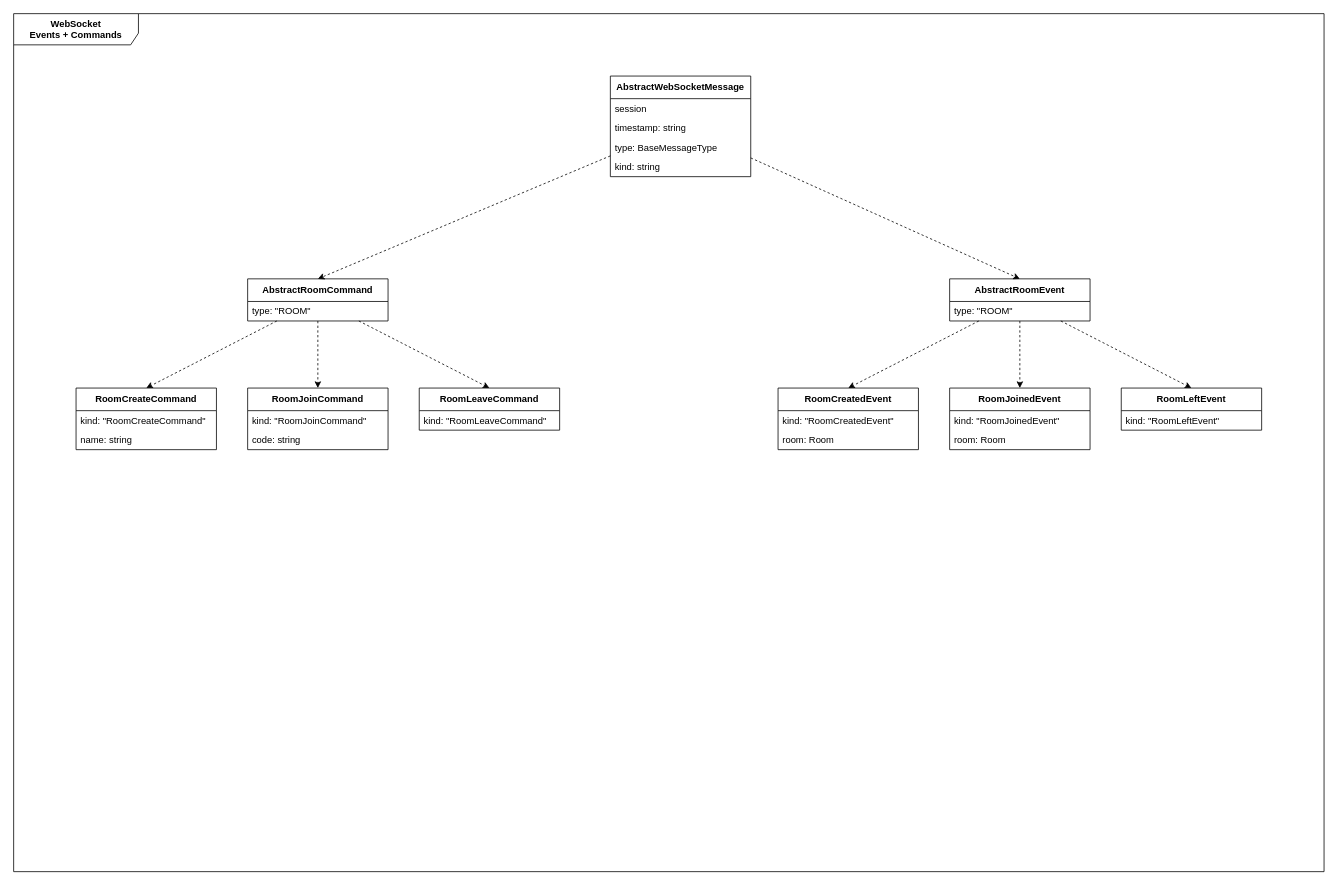
The draw.io diagram page "WebSocket Command + Events" (3 of 3) of plans.drawio in sean-b765/hls-app, before the edit. Source tidied: cells renumbered, new cells numbered last; positions are measured from the earlier drawing's top-left corner, leaving out a move shared by most shapes. Both pictures are drawn from the tidied source at 78%, with x=0, y=0 at pixel (13, 13).
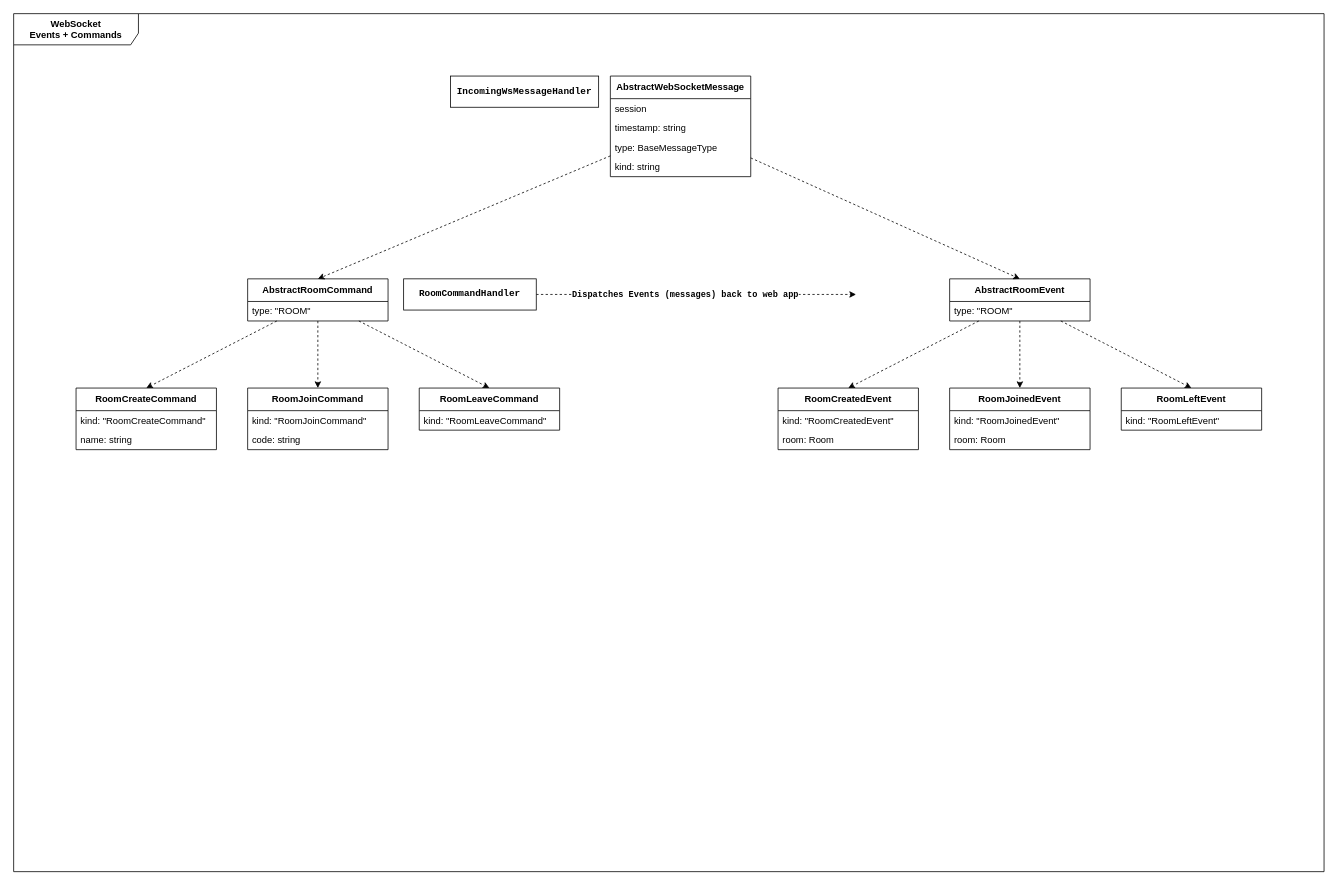
After the change.

The change refers to these unchanged cells:
```xml
<mxCell id="2" value="&lt;b&gt;WebSocket&lt;/b&gt;&lt;div&gt;&lt;b&gt;Events + Commands&lt;/b&gt;&lt;/div&gt;" style="shape=umlFrame;whiteSpace=wrap;html=1;width=160;height=40;" parent="1" vertex="1">
  <mxGeometry width="1680" height="1100" as="geometry" />
</mxCell>
```

The edit, as a diff of the source:
```diff
@@
+    <mxCell id="36" value="IncomingWsMessageHandler" style="rounded=0;whiteSpace=wrap;html=1;fontFamily=Courier New;fontStyle=1;" parent="2" vertex="1">
+      <mxGeometry x="560" y="80" width="190" height="40" as="geometry" />
+    </mxCell>
+    <mxCell id="37" style="edgeStyle=none;html=1;exitX=1;exitY=0.5;exitDx=0;exitDy=0;dashed=1;" parent="2" edge="1" source="39">
+      <mxGeometry relative="1" as="geometry">
+        <mxPoint x="1080" y="360" as="targetPoint" />
+      </mxGeometry>
+    </mxCell>
+    <mxCell id="38" value="Dispatches Events (messages) back to web app" style="edgeLabel;html=1;align=center;verticalAlign=middle;fontFamily=Courier New;fontStyle=1;" parent="37" vertex="1">
+      <mxGeometry x="-0.16" y="1" relative="1" as="geometry">
+        <mxPoint x="18" y="1" as="offset" />
+      </mxGeometry>
+    </mxCell>
+    <mxCell id="39" value="RoomCommandHandler" style="rounded=0;whiteSpace=wrap;html=1;fontFamily=Courier New;fontStyle=1;" parent="2" vertex="1">
+      <mxGeometry x="500" y="340" width="170" height="40" as="geometry" />
+    </mxCell>
```
